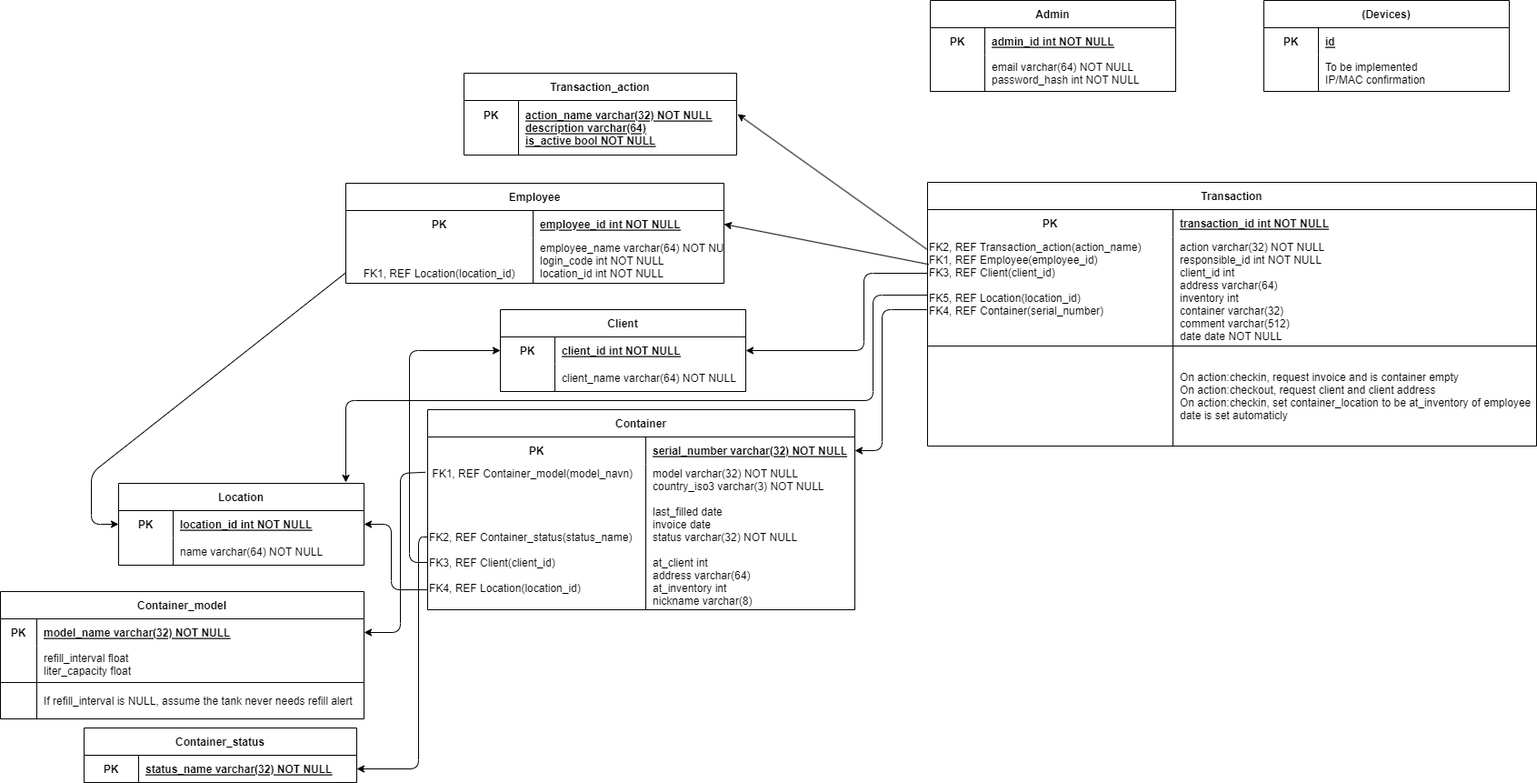
This is Documentation/Database/konseptuell modell v3eng.drawio.png from AxelJacobsen/Bachelor-thesis-2023_Cryogenetics, a draw.io export, as it was before one commit. Source tidied: cells renumbered, new cells last; positions are measured from the earlier drawing's top-left corner, leaving out a move shared by most shapes.
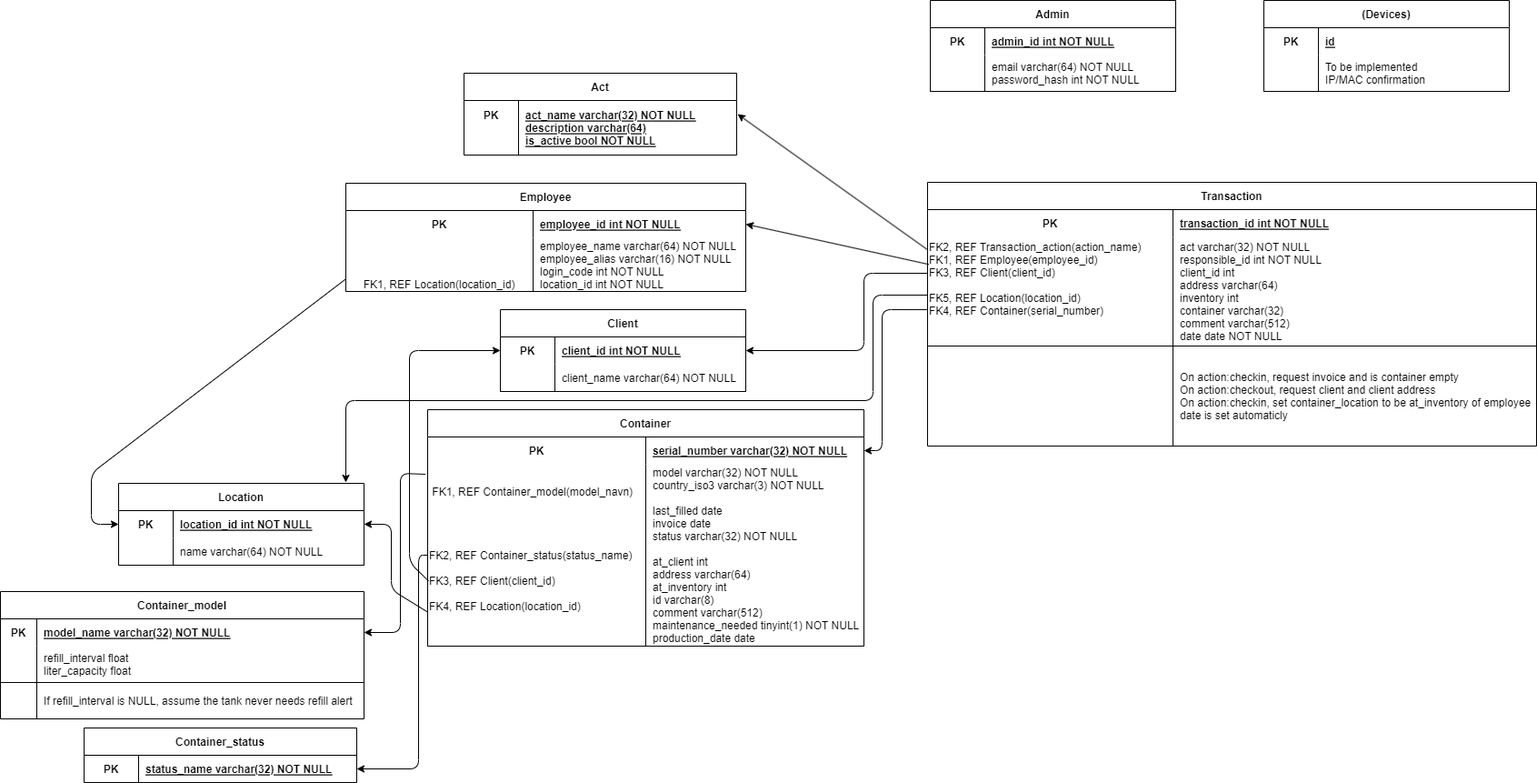
Later version of the same file.

What changed in the source:
```diff
@@ -20,7 +20,7 @@
     <mxCell id="7" value="FK2, REF Transaction_action(action_name)&#10;FK1, REF Employee(employee_id)&#10;FK3, REF Client(client_id)&#10;&#10;FK5, REF Location(location_id)&#10;FK4, REF Container(serial_number)&#10;&#10;" style="shape=partialRectangle;fillColor=none;top=0;left=0;bottom=0;right=0;fontStyle=0;overflow=hidden;align=left;" parent="6" vertex="1">
       <mxGeometry width="270" height="120" as="geometry" />
     </mxCell>
-    <mxCell id="8" value="action varchar(32) NOT NULL&#10;responsible_id int NOT NULL&#10;client_id int&#10;address varchar(64)&#10;inventory int&#10;container varchar(32)&#10;comment varchar(512)&#10;date date NOT NULL" style="shape=partialRectangle;fillColor=none;top=0;left=0;bottom=0;right=0;align=left;spacingLeft=6;fontStyle=0;overflow=hidden;" parent="6" vertex="1">
+    <mxCell id="8" value="act varchar(32) NOT NULL&#10;responsible_id int NOT NULL&#10;client_id int&#10;address varchar(64)&#10;inventory int&#10;container varchar(32)&#10;comment varchar(512)&#10;date date NOT NULL" style="shape=partialRectangle;fillColor=none;top=0;left=0;bottom=0;right=0;align=left;spacingLeft=6;fontStyle=0;overflow=hidden;" parent="6" vertex="1">
       <mxGeometry x="270" width="400" height="120" as="geometry" />
     </mxCell>
     <mxCell id="9" style="shape=tableRow;horizontal=0;startSize=0;swimlaneHead=0;swimlaneBody=0;fillColor=none;top=0;left=0;right=0;bottom=0;" parent="2" vertex="1">
@@ -32,7 +32,7 @@
     <mxCell id="11" value="On action:checkin, request invoice and is container empty&#10;On action:checkout, request client and client address&#10;On action:checkin, set container_location to be at_inventory of employee&#10;date is set automaticly" style="shape=partialRectangle;fillColor=none;top=0;left=0;bottom=0;right=0;align=left;spacingLeft=6;overflow=hidden;" parent="9" vertex="1">
       <mxGeometry x="270" width="400" height="110" as="geometry" />
     </mxCell>
-    <mxCell id="12" value="Transaction_action" style="shape=table;startSize=30;rowLines=0;fontStyle=1;align=center;" parent="1" vertex="1">
+    <mxCell id="12" value="Act" style="shape=table;startSize=30;rowLines=0;fontStyle=1;align=center;" parent="1" vertex="1">
       <mxGeometry x="510" y="80" width="300" height="90" as="geometry" />
     </mxCell>
     <mxCell id="13" style="shape=tableRow;horizontal=0;startSize=0;swimlaneHead=0;swimlaneBody=0;fillColor=none;top=0;left=0;right=0;bottom=0;" parent="12" vertex="1">
@@ -41,29 +41,29 @@
     <mxCell id="14" value="PK&#10;&#10;" style="shape=partialRectangle;fillColor=none;top=0;left=0;bottom=0;right=0;fontStyle=1;overflow=hidden;" parent="13" vertex="1">
       <mxGeometry width="60" height="60" as="geometry" />
     </mxCell>
-    <mxCell id="15" value="action_name varchar(32) NOT NULL&#10;description varchar(64)&#10;is_active bool NOT NULL" style="shape=partialRectangle;fillColor=none;top=0;left=0;bottom=0;right=0;align=left;spacingLeft=6;fontStyle=5;overflow=hidden;" parent="13" vertex="1">
+    <mxCell id="15" value="act_name varchar(32) NOT NULL&#10;description varchar(64)&#10;is_active bool NOT NULL" style="shape=partialRectangle;fillColor=none;top=0;left=0;bottom=0;right=0;align=left;spacingLeft=6;fontStyle=5;overflow=hidden;" parent="13" vertex="1">
       <mxGeometry x="60" width="240" height="60" as="geometry" />
     </mxCell>
     <mxCell id="16" value="Employee" style="shape=table;startSize=30;rowLines=0;fontStyle=1;align=center;" parent="1" vertex="1">
-      <mxGeometry x="380" y="201" width="416" height="110" as="geometry" />
+      <mxGeometry x="380" y="201" width="440" height="119" as="geometry" />
     </mxCell>
     <mxCell id="17" style="shape=tableRow;horizontal=0;startSize=0;swimlaneHead=0;swimlaneBody=0;fillColor=none;points=[[0,0.5],[1,0.5]];portConstraint=eastwest;top=0;left=0;right=0;bottom=0;" parent="16" vertex="1">
-      <mxGeometry y="30" width="416" height="30" as="geometry" />
+      <mxGeometry y="30" width="440" height="30" as="geometry" />
     </mxCell>
     <mxCell id="18" value="PK" style="shape=partialRectangle;fillColor=none;top=0;left=0;bottom=0;right=0;fontStyle=1;overflow=hidden;" parent="17" vertex="1">
       <mxGeometry width="206" height="30" as="geometry" />
     </mxCell>
     <mxCell id="19" value="employee_id int NOT NULL" style="shape=partialRectangle;fillColor=none;top=0;left=0;bottom=0;right=0;align=left;spacingLeft=6;fontStyle=5;overflow=hidden;" parent="17" vertex="1">
-      <mxGeometry x="206" width="210" height="30" as="geometry" />
+      <mxGeometry x="206" width="234" height="30" as="geometry" />
     </mxCell>
     <mxCell id="20" style="shape=tableRow;horizontal=0;startSize=0;swimlaneHead=0;swimlaneBody=0;fillColor=none;points=[[0,0.5],[1,0.5]];portConstraint=eastwest;top=0;left=0;right=0;bottom=1;" parent="16" vertex="1">
-      <mxGeometry y="60" width="416" height="50" as="geometry" />
+      <mxGeometry y="60" width="440" height="59" as="geometry" />
     </mxCell>
-    <mxCell id="21" value="&#10; &#10;FK1, REF Location(location_id)" style="shape=partialRectangle;fillColor=none;top=0;left=0;bottom=0;right=0;fontStyle=0;overflow=hidden;" parent="20" vertex="1">
-      <mxGeometry width="206" height="50" as="geometry" />
+    <mxCell id="21" value="&#10; &#10;&#10;FK1, REF Location(location_id)" style="shape=partialRectangle;fillColor=none;top=0;left=0;bottom=0;right=0;fontStyle=0;overflow=hidden;" parent="20" vertex="1">
+      <mxGeometry width="206" height="59" as="geometry" />
     </mxCell>
-    <mxCell id="22" value="employee_name varchar(64) NOT NULL&#10;login_code int NOT NULL&#10;location_id int NOT NULL" style="shape=partialRectangle;fillColor=none;top=0;left=0;bottom=0;right=0;align=left;spacingLeft=6;fontStyle=0;overflow=hidden;" parent="20" vertex="1">
-      <mxGeometry x="206" width="210" height="50" as="geometry" />
+    <mxCell id="22" value="employee_name varchar(64) NOT NULL&#10;employee_alias varchar(16) NOT NULL&#10;login_code int NOT NULL&#10;location_id int NOT NULL" style="shape=partialRectangle;fillColor=none;top=0;left=0;bottom=0;right=0;align=left;spacingLeft=6;fontStyle=0;overflow=hidden;" parent="20" vertex="1">
+      <mxGeometry x="206" width="234" height="59" as="geometry" />
     </mxCell>
     <mxCell id="23" value="Location" style="shape=table;startSize=30;rowLines=0;fontStyle=1;align=center;" parent="1" vertex="1">
       <mxGeometry x="130" y="531" width="270" height="90" as="geometry" />
@@ -108,25 +108,25 @@
       <mxGeometry x="60" width="210" height="30" as="geometry" />
     </mxCell>
     <mxCell id="37" value="Container" style="shape=table;startSize=30;rowLines=0;fontStyle=1;align=center;" parent="1" vertex="1">
-      <mxGeometry x="470" y="450" width="470" height="220" as="geometry" />
+      <mxGeometry x="470" y="450" width="480" height="260" as="geometry" />
     </mxCell>
     <mxCell id="38" style="shape=tableRow;horizontal=0;startSize=0;swimlaneHead=0;swimlaneBody=0;fillColor=none;points=[[0,0.5],[1,0.5]];portConstraint=eastwest;top=0;left=0;right=0;bottom=0;" parent="37" vertex="1">
-      <mxGeometry y="30" width="470" height="30" as="geometry" />
+      <mxGeometry y="30" width="480" height="30" as="geometry" />
     </mxCell>
     <mxCell id="39" value="PK" style="shape=partialRectangle;fillColor=none;top=0;left=0;bottom=0;right=0;fontStyle=1;overflow=hidden;" parent="38" vertex="1">
       <mxGeometry width="240" height="30" as="geometry" />
     </mxCell>
     <mxCell id="40" value="serial_number varchar(32) NOT NULL" style="shape=partialRectangle;fillColor=none;top=0;left=0;bottom=0;right=0;align=left;spacingLeft=6;fontStyle=5;overflow=hidden;" parent="38" vertex="1">
-      <mxGeometry x="240" width="230" height="30" as="geometry" />
+      <mxGeometry x="240" width="240" height="30" as="geometry" />
     </mxCell>
     <mxCell id="41" style="shape=tableRow;horizontal=0;startSize=0;swimlaneHead=0;swimlaneBody=0;fillColor=none;points=[[0,0.5],[1,0.5]];portConstraint=eastwest;top=0;left=0;right=0;bottom=1;" parent="37" vertex="1">
-      <mxGeometry y="60" width="470" height="160" as="geometry" />
+      <mxGeometry y="60" width="480" height="200" as="geometry" />
     </mxCell>
     <mxCell id="42" value=" FK1, REF Container_model(model_navn)&#10;&#10;&#10;&#10;&#10;FK2, REF Container_status(status_name)&#10;&#10;FK3, REF Client(client_id)&#10;&#10;FK4, REF Location(location_id)&#10;" style="shape=partialRectangle;fillColor=none;top=0;left=0;bottom=0;right=0;fontStyle=0;overflow=hidden;align=left;" parent="41" vertex="1">
-      <mxGeometry width="240" height="160" as="geometry" />
+      <mxGeometry width="240" height="200" as="geometry" />
     </mxCell>
-    <mxCell id="43" value="model varchar(32) NOT NULL&#10;country_iso3 varchar(3) NOT NULL&#10;&#10;last_filled date&#10;invoice date&#10;status varchar(32) NOT NULL&#10;&#10;at_client int&#10;address varchar(64)&#10;at_inventory int&#10;nickname varchar(8)" style="shape=partialRectangle;fillColor=none;top=0;left=0;bottom=0;right=0;align=left;spacingLeft=6;fontStyle=0;overflow=hidden;" parent="41" vertex="1">
-      <mxGeometry x="240" width="230" height="160" as="geometry" />
+    <mxCell id="43" value="model varchar(32) NOT NULL&#10;country_iso3 varchar(3) NOT NULL&#10;&#10;last_filled date&#10;invoice date&#10;status varchar(32) NOT NULL&#10;&#10;at_client int&#10;address varchar(64)&#10;at_inventory int&#10;id varchar(8)&#10;comment varchar(512)&#10;maintenance_needed tinyint(1) NOT NULL&#10;production_date date" style="shape=partialRectangle;fillColor=none;top=0;left=0;bottom=0;right=0;align=left;spacingLeft=6;fontStyle=0;overflow=hidden;" parent="41" vertex="1">
+      <mxGeometry x="240" width="240" height="200" as="geometry" />
     </mxCell>
     <mxCell id="44" value="Admin" style="shape=table;startSize=30;rowLines=0;fontStyle=1;align=center;" parent="1" vertex="1">
       <mxGeometry x="1023" width="270" height="100" as="geometry" />
@@ -205,12 +205,12 @@
     <mxCell id="61" style="endArrow=classic;html=1;rounded=1;entryX=1;entryY=0.75;entryDx=0;entryDy=0;exitX=0;exitY=0.5;exitDx=0;exitDy=0;" parent="1" edge="1" source="41" target="57">
       <mxGeometry relative="1" as="geometry">
         <Array as="points">
-          <mxPoint x="460" y="590" />
+          <mxPoint x="460" y="610" />
           <mxPoint x="460" y="845" />
         </Array>
       </mxGeometry>
     </mxCell>
-    <mxCell id="62" style="endArrow=classic;html=1;rounded=1;entryX=0;entryY=0.5;entryDx=0;entryDy=0;exitX=-0.001;exitY=0.675;exitDx=0;exitDy=0;exitPerimeter=0;" parent="1" edge="1" source="41" target="31">
+    <mxCell id="62" style="endArrow=classic;html=1;rounded=1;entryX=0;entryY=0.5;entryDx=0;entryDy=0;exitX=0.002;exitY=0.642;exitDx=0;exitDy=0;exitPerimeter=0;" parent="1" edge="1" source="41" target="31">
       <mxGeometry relative="1" as="geometry">
         <Array as="points">
           <mxPoint x="450" y="618" />
@@ -218,7 +218,7 @@
         </Array>
       </mxGeometry>
     </mxCell>
-    <mxCell id="63" style="endArrow=classic;html=1;rounded=1;entryX=1;entryY=0.5;entryDx=0;entryDy=0;exitX=-0.001;exitY=0.863;exitDx=0;exitDy=0;exitPerimeter=0;" parent="1" edge="1" source="41" target="24">
+    <mxCell id="63" style="endArrow=classic;html=1;rounded=1;entryX=1;entryY=0.5;entryDx=0;entryDy=0;exitX=-0.001;exitY=0.811;exitDx=0;exitDy=0;exitPerimeter=0;" parent="1" edge="1" source="41" target="24">
       <mxGeometry relative="1" as="geometry">
         <Array as="points">
           <mxPoint x="430" y="648" />
```
